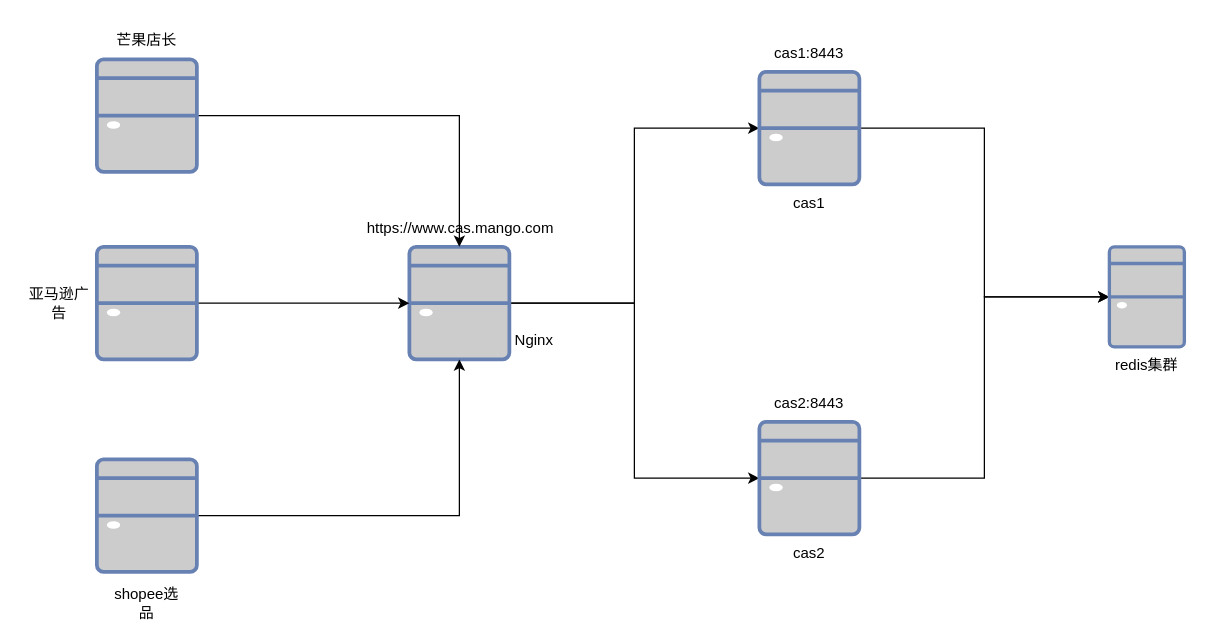
Earlier version of the draw.io diagram mango/cas服务端集群部署.drawio (ciyuan1269691683/personal_picture_bed). Source tidied: cells renumbered, new cells numbered last; positions are measured from the earlier drawing's top-left corner, leaving out a move shared by most shapes. Both pictures are drawn from the tidied source at 125%, with x=0, y=0 at pixel (21, 21).
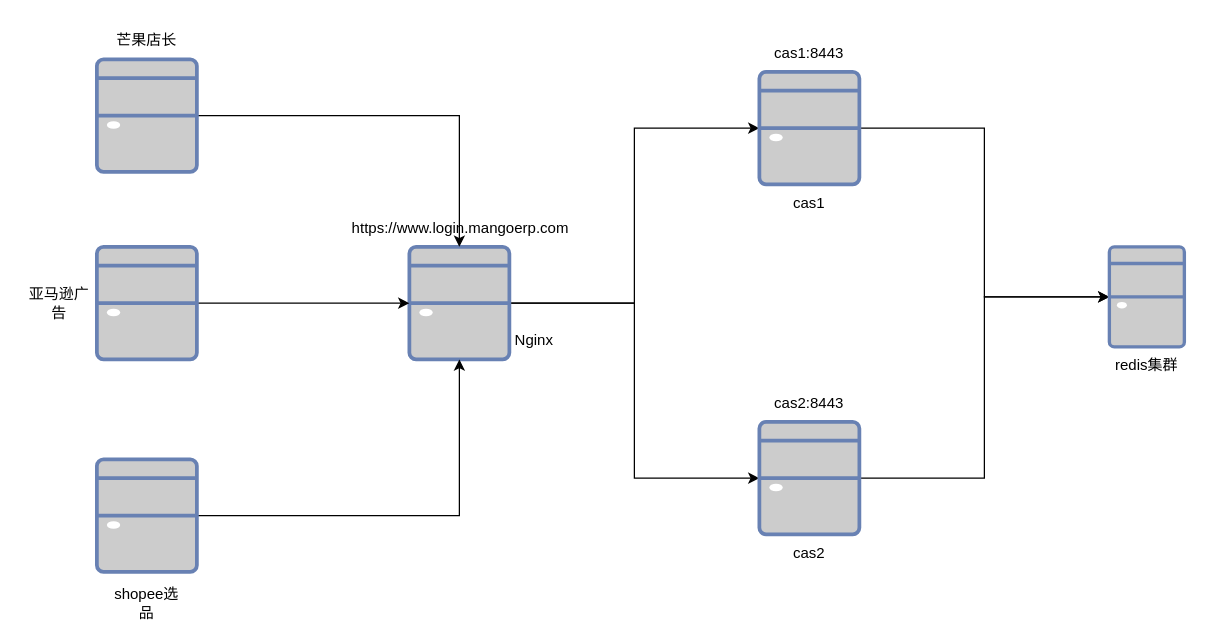
The same page after the edit.

Commit message:
更新cas服务端集群部署.drawio

Diff of the diagram source:
```diff
@@
-    <mxCell id="21" value="https://www.cas.mango.com" style="text;html=1;strokeColor=none;fillColor=none;align=center;verticalAlign=middle;whiteSpace=wrap;rounded=0;" parent="1" vertex="1">
+    <mxCell id="21" value="https://www.login.mangoerp.com" style="text;html=1;strokeColor=none;fillColor=none;align=center;verticalAlign=middle;whiteSpace=wrap;rounded=0;" parent="1" vertex="1">
       <mxGeometry x="321" y="150" width="60" height="30" as="geometry" />
     </mxCell>
```
